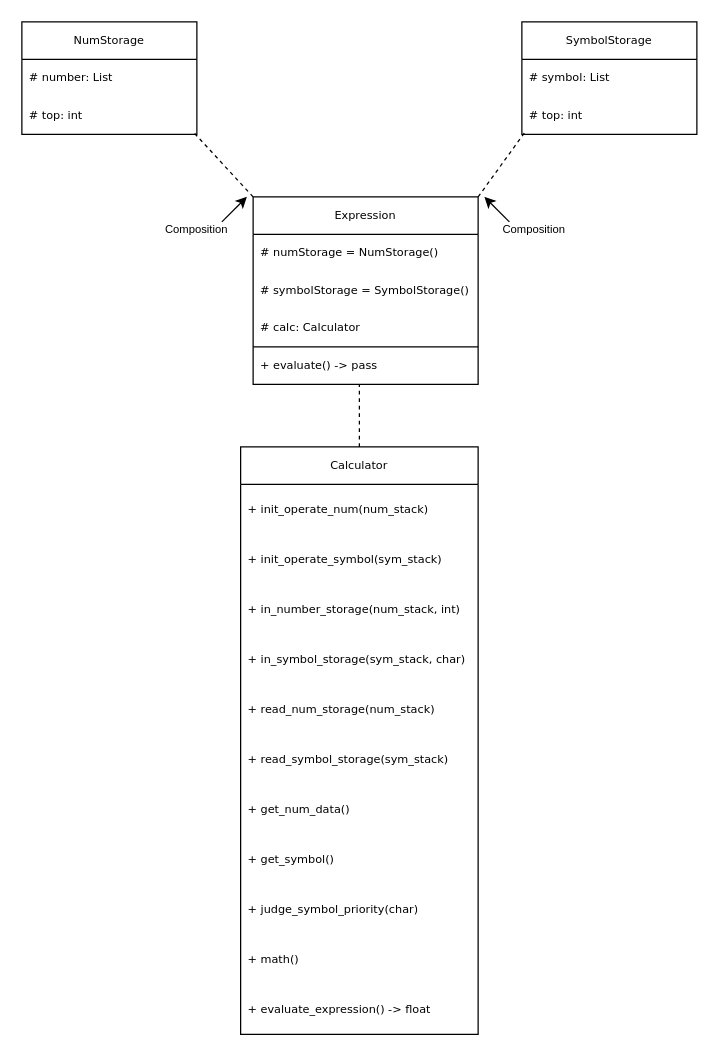
Above: Lab1ClassDiagram.drawio in matty-gg/CSE2102-SP24-Lab1-Group19 (draw.io), before the change. Source tidied: cells renumbered, new cells numbered last; positions are measured from the earlier drawing's top-left corner, leaving out a move shared by most shapes. Both pictures are drawn from the tidied source at 125%, with x=0, y=0 at pixel (21, 21).
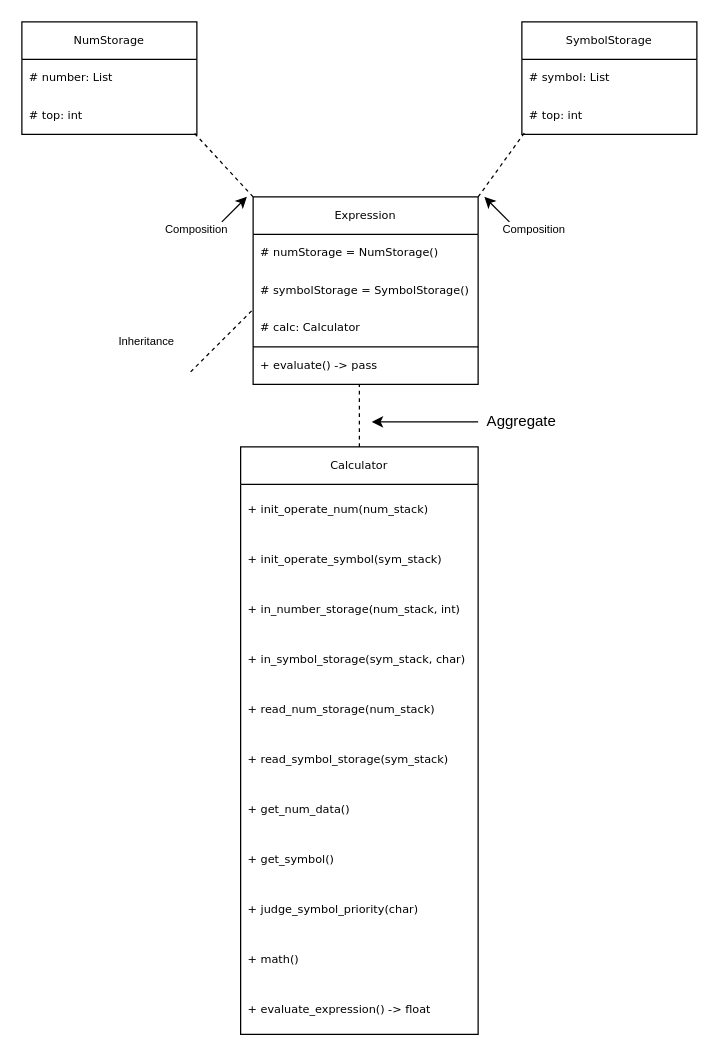
After the change.

Change to the diagram source:
```diff
@@
+    <mxCell id="33" style="endArrow=classic;html=1;rounded=0;" parent="1" edge="1">
+      <mxGeometry relative="1" as="geometry">
+        <mxPoint x="365" y="320" as="sourcePoint" />
+        <mxPoint x="280" y="320" as="targetPoint" />
+      </mxGeometry>
+    </mxCell>
+    <mxCell id="34" value="Aggregate" style="rounded=0;whiteSpace=wrap;html=1;strokeColor=none;fillColor=none;" parent="1" vertex="1">
+      <mxGeometry x="340" y="290" width="120" height="60" as="geometry" />
+    </mxCell>
+    <mxCell id="35" style="endArrow=none;dashed=1;html=1;rounded=0;" parent="1" edge="1">
+      <mxGeometry relative="1" as="geometry">
+        <mxPoint x="135" y="280" as="sourcePoint" />
+        <mxPoint x="185" y="230" as="targetPoint" />
+      </mxGeometry>
+    </mxCell>
+    <mxCell id="36" value="&lt;font style=&quot;font-size: 9px;&quot;&gt;Inheritance&lt;/font&gt;" style="text;html=1;strokeColor=none;fillColor=none;align=center;verticalAlign=middle;whiteSpace=wrap;rounded=0;" parent="1" vertex="1">
+      <mxGeometry x="70" y="240" width="60" height="30" as="geometry" />
+    </mxCell>
```
